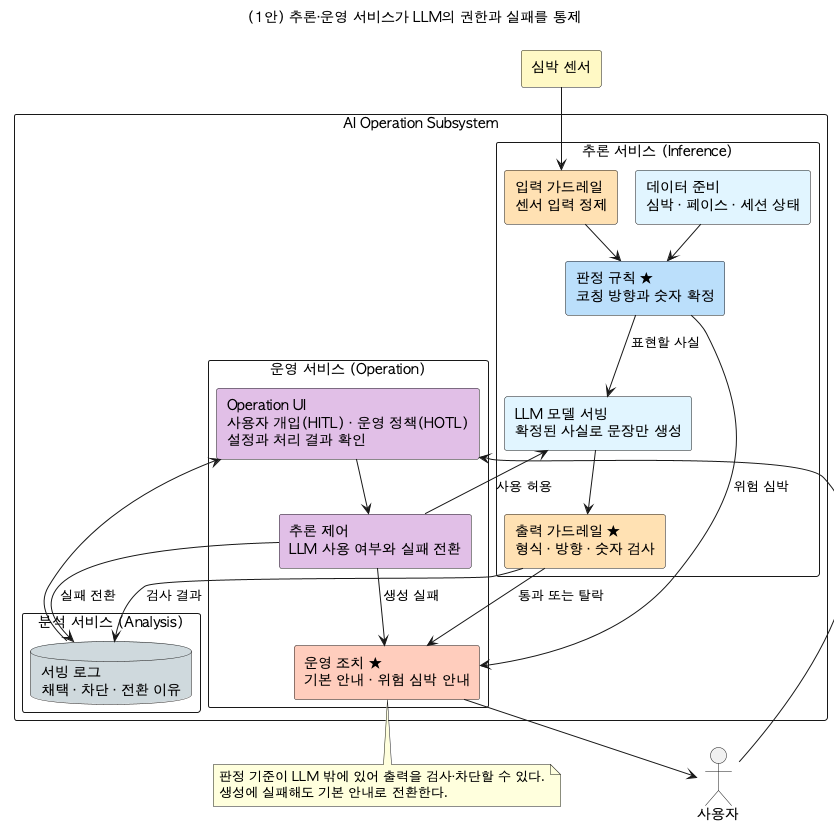
tenyearslove/zone2runner keeps this PlantUML diagram as docs/img/dp-02-controllability-adopted-simple.png. Above is the earlier version.
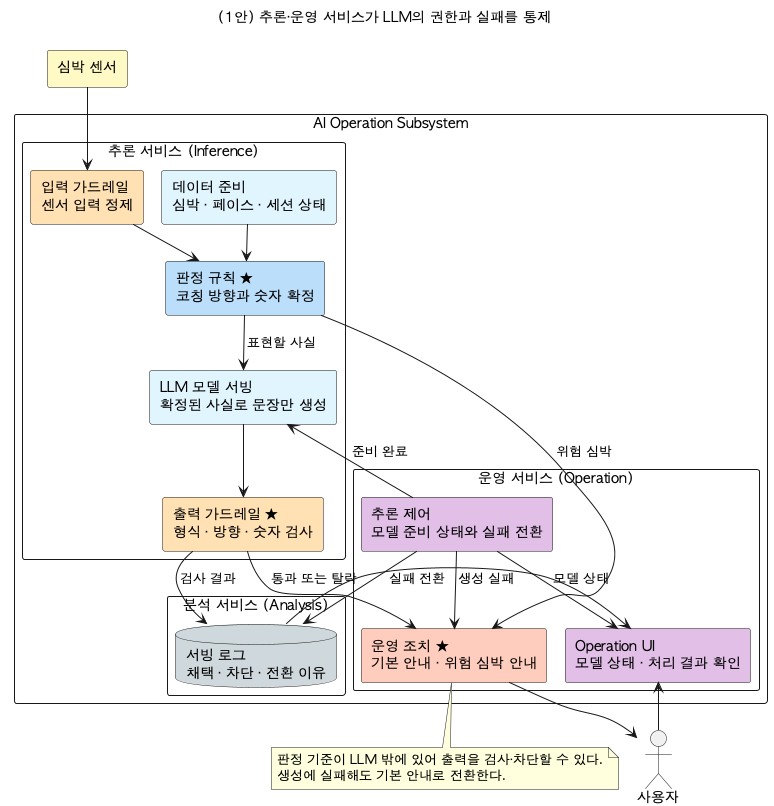
After the change.

Change to the diagram source:
```diff
@@ -1,4 +1,5 @@
 @startuml
+!pragma layout smetana
 !pragma layout smetana
 title (1안) 추론·운영 서비스가 LLM의 권한과 실패를 통제
 
@@ -28,11 +29,11 @@
   }
 
   package "운영 서비스 (Operation)" {
-    component "추론 제어\nLLM 사용 여부와 실패 전환" as CONTROL #E1BEE7
+    component "추론 제어\n모델 준비 상태와 실패 전환" as CONTROL #E1BEE7
     component "운영 조치 ★\n기본 안내 · 위험 심박 안내" as ACTION #FFCCBC
-    component "Operation UI\n사용자 개입(HITL) · 운영 정책(HOTL)\n설정과 처리 결과 확인" as UI #E1BEE7
-    UI --> CONTROL
+    component "Operation UI\n모델 상태 · 처리 결과 확인" as UI #E1BEE7
     CONTROL --> ACTION : 생성 실패
+    CONTROL --> UI : 모델 상태
   }
 
   package "분석 서비스 (Analysis)" {
@@ -41,7 +42,7 @@
 }
 
 SENSOR --> INPUT
-CONTROL --> LLM : 사용 허용
+CONTROL --> LLM : 준비 완료
 DECISION --> ACTION : 위험 심박
 OUTPUT --> ACTION : 통과 또는 탈락
 OUTPUT --> LOG : 검사 결과
```
